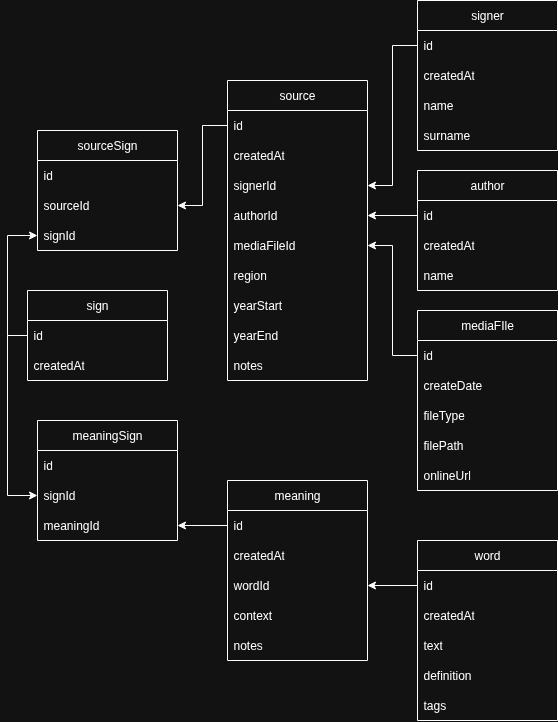
Hoinkas/SignArchive keeps this draw.io diagram as database_schema.png. Above is the earlier version. Source tidied: cells renumbered, new cells last; positions are measured from the earlier drawing's top-left corner, leaving out a move shared by most shapes.
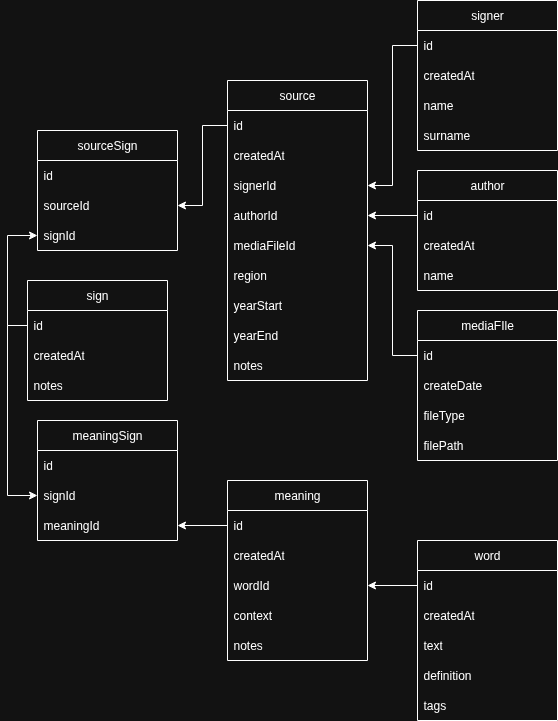
The same diagram one commit later.

Diff of the diagram source:
```diff
@@ -84,7 +84,7 @@
       <mxGeometry y="150" width="140" height="30" as="geometry" />
     </mxCell>
     <mxCell id="29" value="sign" style="swimlane;fontStyle=0;horizontal=1;startSize=30;whiteSpace=wrap;html=1;" parent="1" vertex="1">
-      <mxGeometry y="290" width="140" height="90" as="geometry" />
+      <mxGeometry y="280" width="140" height="120" as="geometry" />
     </mxCell>
     <mxCell id="30" value="id" style="text;strokeColor=none;fillColor=none;align=left;verticalAlign=middle;spacingLeft=4;spacingRight=4;overflow=hidden;points=[[0,0.5],[1,0.5]];portConstraint=eastwest;whiteSpace=wrap;html=1;" parent="29" vertex="1">
       <mxGeometry y="30" width="140" height="30" as="geometry" />
@@ -92,6 +92,9 @@
     <mxCell id="31" value="createdAt" style="text;strokeColor=none;fillColor=none;align=left;verticalAlign=middle;spacingLeft=4;spacingRight=4;overflow=hidden;whiteSpace=wrap;html=1;" parent="29" vertex="1">
       <mxGeometry y="60" width="140" height="30" as="geometry" />
     </mxCell>
+    <mxCell id="58" value="notes" style="text;strokeColor=none;fillColor=none;align=left;verticalAlign=middle;spacingLeft=4;spacingRight=4;overflow=hidden;whiteSpace=wrap;html=1;" parent="29" vertex="1">
+      <mxGeometry y="90" width="140" height="30" as="geometry" />
+    </mxCell>
     <mxCell id="32" value="author" style="swimlane;fontStyle=0;horizontal=1;startSize=30;whiteSpace=wrap;html=1;" parent="1" vertex="1">
       <mxGeometry x="390" y="170" width="140" height="120" as="geometry" />
     </mxCell>
@@ -138,7 +141,7 @@
       <mxGeometry relative="1" as="geometry" />
     </mxCell>
     <mxCell id="47" value="mediaFIle" style="swimlane;fontStyle=0;horizontal=1;startSize=30;whiteSpace=wrap;html=1;" parent="1" vertex="1">
-      <mxGeometry x="390" y="310" width="140" height="180" as="geometry" />
+      <mxGeometry x="390" y="310" width="140" height="150" as="geometry" />
     </mxCell>
     <mxCell id="48" value="id" style="text;strokeColor=none;fillColor=none;align=left;verticalAlign=middle;spacingLeft=4;spacingRight=4;overflow=hidden;points=[[0,0.5],[1,0.5]];portConstraint=eastwest;whiteSpace=wrap;html=1;" parent="47" vertex="1">
       <mxGeometry y="30" width="140" height="30" as="geometry" />
@@ -152,9 +155,6 @@
     <mxCell id="51" value="filePath" style="text;strokeColor=none;fillColor=none;align=left;verticalAlign=middle;spacingLeft=4;spacingRight=4;overflow=hidden;whiteSpace=wrap;html=1;" parent="47" vertex="1">
       <mxGeometry y="120" width="140" height="30" as="geometry" />
     </mxCell>
-    <mxCell id="52" value="onlineUrl" style="text;strokeColor=none;fillColor=none;align=left;verticalAlign=middle;spacingLeft=4;spacingRight=4;overflow=hidden;whiteSpace=wrap;html=1;" parent="47" vertex="1">
-      <mxGeometry y="150" width="140" height="30" as="geometry" />
-    </mxCell>
     <mxCell id="53" style="edgeStyle=orthogonalEdgeStyle;rounded=0;jettySize=auto;html=1;exitX=0;exitY=0.5;exitDx=0;exitDy=0;" parent="1" edge="1" source="48" target="18">
       <mxGeometry relative="1" as="geometry" />
     </mxCell>
```
